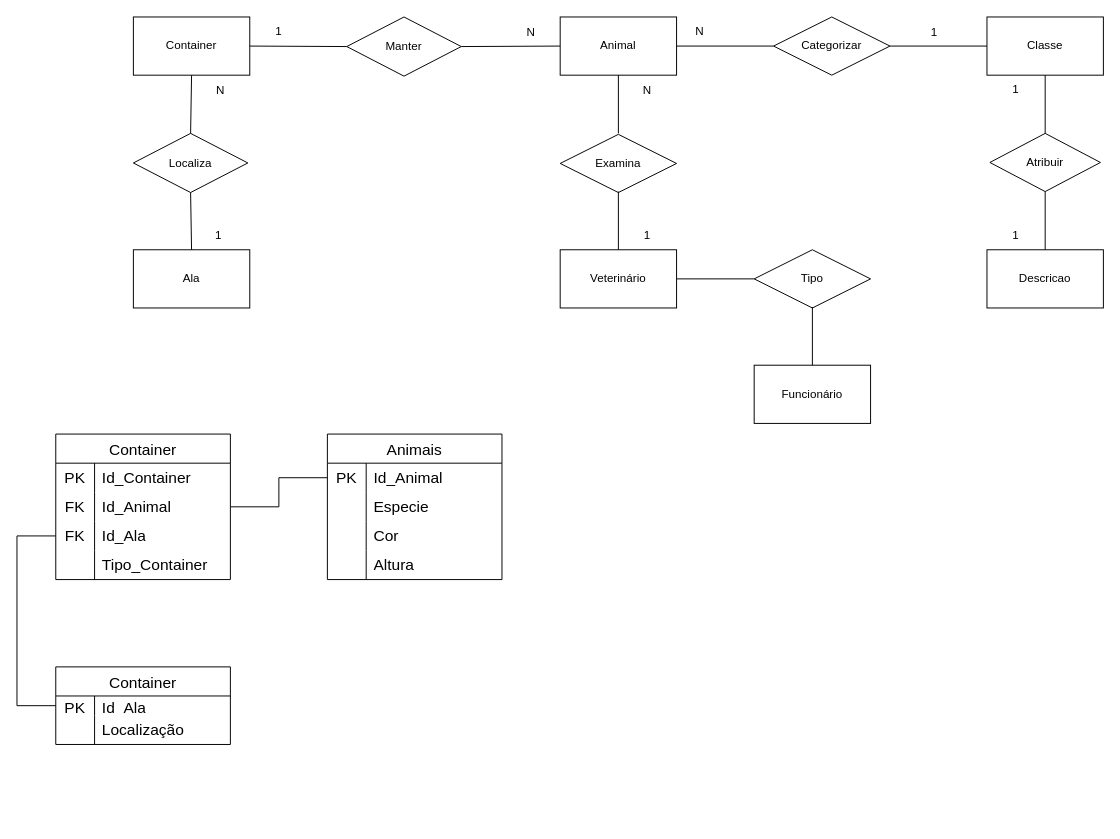
The draw.io diagram ETEC/DB/Atvs/Diagrama sem nome.drawio in Endrigogustavo/2Ano-ETEC, before the edit. Source tidied: cells renumbered, new cells numbered last; positions are measured from the earlier drawing's top-left corner, leaving out a move shared by most shapes. Both pictures are drawn from the tidied source at 97%, with x=0, y=0 at pixel (16, 16).
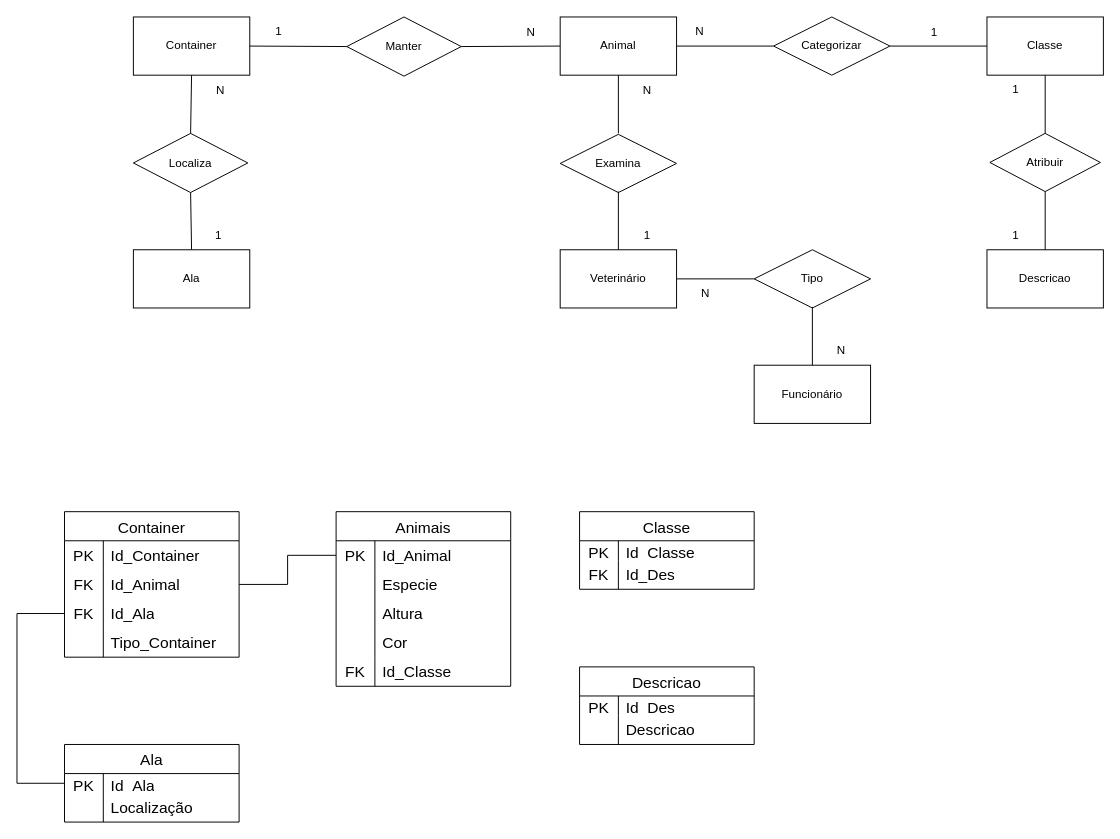
The same page after the edit.

Unchanged cells that the change refers to:
```xml
<mxCell id="38" style="shape=tableRow;horizontal=0;startSize=0;swimlaneHead=0;swimlaneBody=0;top=0;left=0;bottom=0;right=0;fillColor=none;points=[[0,0.5],[1,0.5]];portConstraint=eastwest;strokeColor=inherit;fontSize=16;" parent="37" vertex="1">
  <mxGeometry y="30" width="180" height="30" as="geometry" />
</mxCell>
<mxCell id="54" style="shape=tableRow;horizontal=0;startSize=0;swimlaneHead=0;swimlaneBody=0;top=0;left=0;bottom=0;right=0;fillColor=none;points=[[0,0.5],[1,0.5]];portConstraint=eastwest;strokeColor=inherit;fontSize=16;" parent="50" vertex="1">
  <mxGeometry y="60" width="180" height="30" as="geometry" />
</mxCell>
<mxCell id="57" style="shape=tableRow;horizontal=0;startSize=0;swimlaneHead=0;swimlaneBody=0;top=0;left=0;bottom=0;right=0;fillColor=none;points=[[0,0.5],[1,0.5]];portConstraint=eastwest;strokeColor=inherit;fontSize=16;" parent="50" vertex="1">
  <mxGeometry y="90" width="180" height="30" as="geometry" />
</mxCell>
<mxCell id="64" style="shape=tableRow;horizontal=0;startSize=0;swimlaneHead=0;swimlaneBody=0;top=0;left=0;bottom=0;right=0;fillColor=none;points=[[0,0.5],[1,0.5]];portConstraint=eastwest;strokeColor=inherit;fontSize=16;" parent="63" vertex="1">
  <mxGeometry y="30" width="180" height="20" as="geometry" />
</mxCell>
```

What changed in the source:
```diff
@@
     <mxCell id="37" value="Animais" style="shape=table;startSize=30;childLayout=tableLayout;rowLines=0;fontStyle=0;strokeColor=default;fontSize=16;" parent="1" vertex="1">
-      <mxGeometry x="320" y="430" width="180" height="150" as="geometry" />
+      <mxGeometry x="329" y="510" width="180" height="180" as="geometry" />
     </mxCell>
@@
+    <mxCell id="47" style="shape=tableRow;horizontal=0;startSize=0;swimlaneHead=0;swimlaneBody=0;top=0;left=0;bottom=0;right=0;fillColor=none;strokeColor=inherit;fontSize=16;" parent="37" vertex="1">
+      <mxGeometry y="90" width="180" height="30" as="geometry" />
+    </mxCell>
+    <mxCell id="48" style="shape=partialRectangle;html=1;whiteSpace=wrap;fillColor=none;top=0;left=0;bottom=0;right=0;overflow=hidden;strokeColor=inherit;fontSize=16;" parent="47" vertex="1">
+      <mxGeometry width="40" height="30" as="geometry" />
+    </mxCell>
+    <mxCell id="49" value="Altura" style="shape=partialRectangle;html=1;whiteSpace=wrap;fillColor=none;top=0;left=0;bottom=0;right=0;align=left;spacingLeft=6;overflow=hidden;strokeColor=inherit;fontSize=16;" parent="47" vertex="1">
+      <mxGeometry x="40" width="140" height="30" as="geometry" />
+    </mxCell>
     <mxCell id="44" style="shape=tableRow;horizontal=0;startSize=0;swimlaneHead=0;swimlaneBody=0;top=0;left=0;bottom=0;right=0;fillColor=none;strokeColor=inherit;fontSize=16;" parent="37" vertex="1">
-      <mxGeometry y="90" width="180" height="30" as="geometry" />
+      <mxGeometry y="120" width="180" height="30" as="geometry" />
     </mxCell>
@@
-    <mxCell id="47" style="shape=tableRow;horizontal=0;startSize=0;swimlaneHead=0;swimlaneBody=0;top=0;left=0;bottom=0;right=0;fillColor=none;strokeColor=inherit;fontSize=16;" parent="37" vertex="1">
-      <mxGeometry y="120" width="180" height="30" as="geometry" />
-    </mxCell>
-    <mxCell id="48" style="shape=partialRectangle;html=1;whiteSpace=wrap;fillColor=none;top=0;left=0;bottom=0;right=0;overflow=hidden;strokeColor=inherit;fontSize=16;" parent="47" vertex="1">
-      <mxGeometry width="40" height="30" as="geometry" />
-    </mxCell>
-    <mxCell id="49" value="Altura" style="shape=partialRectangle;html=1;whiteSpace=wrap;fillColor=none;top=0;left=0;bottom=0;right=0;align=left;spacingLeft=6;overflow=hidden;strokeColor=inherit;fontSize=16;" parent="47" vertex="1">
-      <mxGeometry x="40" width="140" height="30" as="geometry" />
-    </mxCell>
+    <mxCell id="72" style="shape=tableRow;horizontal=0;startSize=0;swimlaneHead=0;swimlaneBody=0;top=0;left=0;bottom=0;right=0;fillColor=none;strokeColor=inherit;fontSize=16;" parent="37" vertex="1">
+      <mxGeometry y="150" width="180" height="30" as="geometry" />
+    </mxCell>
+    <mxCell id="73" value="FK" style="shape=partialRectangle;html=1;whiteSpace=wrap;fillColor=none;top=0;left=0;bottom=0;right=0;overflow=hidden;strokeColor=inherit;fontSize=16;" parent="72" vertex="1">
+      <mxGeometry width="40" height="30" as="geometry" />
+    </mxCell>
+    <mxCell id="74" value="Id_Classe" style="shape=partialRectangle;html=1;whiteSpace=wrap;fillColor=none;top=0;left=0;bottom=0;right=0;align=left;spacingLeft=6;overflow=hidden;strokeColor=inherit;fontSize=16;" parent="72" vertex="1">
+      <mxGeometry x="40" width="140" height="30" as="geometry" />
+    </mxCell>
     <mxCell id="50" value="Container" style="shape=table;startSize=30;childLayout=tableLayout;rowLines=0;fontStyle=0;strokeColor=default;fontSize=16;" parent="1" vertex="1">
-      <mxGeometry x="40" y="430" width="180" height="150" as="geometry" />
+      <mxGeometry x="49" y="510" width="180" height="150" as="geometry" />
     </mxCell>
@@
-    <mxCell id="63" value="Container" style="shape=table;startSize=30;childLayout=tableLayout;rowLines=0;fontStyle=0;strokeColor=default;fontSize=16;" parent="1" vertex="1">
-      <mxGeometry x="40" y="670" width="180" height="80" as="geometry" />
+    <mxCell id="63" value="Ala" style="shape=table;startSize=30;childLayout=tableLayout;rowLines=0;fontStyle=0;strokeColor=default;fontSize=16;" parent="1" vertex="1">
+      <mxGeometry x="49" y="750" width="180" height="80" as="geometry" />
     </mxCell>
@@
     <mxCell id="70" style="endArrow=none;html=1;rounded=0;exitX=0;exitY=0.5;exitDx=0;exitDy=0;entryX=1;entryY=0.5;entryDx=0;entryDy=0;" parent="1" edge="1" source="38" target="54">
       <mxGeometry relative="1" as="geometry">
         <Array as="points">
-          <mxPoint x="270" y="475" />
-          <mxPoint x="270" y="505" />
+          <mxPoint x="279" y="555" />
+          <mxPoint x="279" y="585" />
         </Array>
       </mxGeometry>
     </mxCell>
     <mxCell id="71" style="endArrow=none;html=1;rounded=0;exitX=0;exitY=0.5;exitDx=0;exitDy=0;entryX=0;entryY=0.5;entryDx=0;entryDy=0;" parent="1" edge="1" source="57" target="64">
       <mxGeometry relative="1" as="geometry">
         <Array as="points">
-          <mxPoint y="535" />
-          <mxPoint y="710" />
+          <mxPoint y="615" />
+          <mxPoint y="790" />
         </Array>
       </mxGeometry>
     </mxCell>
+    <mxCell id="75" value="N" style="text;html=1;strokeColor=none;fillColor=none;align=center;verticalAlign=middle;whiteSpace=wrap;rounded=0;" parent="1" vertex="1">
+      <mxGeometry x="680" y="270" width="60" height="30" as="geometry" />
+    </mxCell>
+    <mxCell id="76" value="N" style="text;html=1;strokeColor=none;fillColor=none;align=center;verticalAlign=middle;whiteSpace=wrap;rounded=0;" parent="1" vertex="1">
+      <mxGeometry x="820" y="329" width="60" height="30" as="geometry" />
+    </mxCell>
+    <mxCell id="77" value="Classe" style="shape=table;startSize=30;childLayout=tableLayout;rowLines=0;fontStyle=0;strokeColor=default;fontSize=16;" parent="1" vertex="1">
+      <mxGeometry x="580" y="510" width="180" height="80" as="geometry" />
+    </mxCell>
+    <mxCell id="78" style="shape=tableRow;horizontal=0;startSize=0;swimlaneHead=0;swimlaneBody=0;top=0;left=0;bottom=0;right=0;fillColor=none;strokeColor=inherit;fontSize=16;" parent="77" vertex="1">
+      <mxGeometry y="30" width="180" height="20" as="geometry" />
+    </mxCell>
+    <mxCell id="79" value="PK" style="shape=partialRectangle;html=1;whiteSpace=wrap;fillColor=none;top=0;left=0;bottom=0;right=0;overflow=hidden;strokeColor=inherit;fontSize=16;" parent="78" vertex="1">
+      <mxGeometry width="40" height="20" as="geometry" />
+    </mxCell>
+    <mxCell id="80" value="Id_Classe" style="shape=partialRectangle;html=1;whiteSpace=wrap;fillColor=none;top=0;left=0;bottom=0;right=0;align=left;spacingLeft=6;overflow=hidden;strokeColor=inherit;fontSize=16;" parent="78" vertex="1">
+      <mxGeometry x="40" width="140" height="20" as="geometry" />
+    </mxCell>
+    <mxCell id="81" style="shape=tableRow;horizontal=0;startSize=0;swimlaneHead=0;swimlaneBody=0;top=0;left=0;bottom=0;right=0;fillColor=none;strokeColor=inherit;fontSize=16;" parent="77" vertex="1">
+      <mxGeometry y="50" width="180" height="30" as="geometry" />
+    </mxCell>
+    <mxCell id="82" value="FK" style="shape=partialRectangle;html=1;whiteSpace=wrap;fillColor=none;top=0;left=0;bottom=0;right=0;overflow=hidden;strokeColor=inherit;fontSize=16;" parent="81" vertex="1">
+      <mxGeometry width="40" height="30" as="geometry" />
+    </mxCell>
+    <mxCell id="83" value="Id_Des" style="shape=partialRectangle;html=1;whiteSpace=wrap;fillColor=none;top=0;left=0;bottom=0;right=0;align=left;spacingLeft=6;overflow=hidden;strokeColor=inherit;fontSize=16;" parent="81" vertex="1">
+      <mxGeometry x="40" width="140" height="30" as="geometry" />
+    </mxCell>
+    <mxCell id="84" value="Descricao" style="shape=table;startSize=30;childLayout=tableLayout;rowLines=0;fontStyle=0;strokeColor=default;fontSize=16;" parent="1" vertex="1">
+      <mxGeometry x="580" y="670" width="180" height="80" as="geometry" />
+    </mxCell>
+    <mxCell id="85" style="shape=tableRow;horizontal=0;startSize=0;swimlaneHead=0;swimlaneBody=0;top=0;left=0;bottom=0;right=0;fillColor=none;strokeColor=inherit;fontSize=16;" parent="84" vertex="1">
+      <mxGeometry y="30" width="180" height="20" as="geometry" />
+    </mxCell>
+    <mxCell id="86" value="PK" style="shape=partialRectangle;html=1;whiteSpace=wrap;fillColor=none;top=0;left=0;bottom=0;right=0;overflow=hidden;strokeColor=inherit;fontSize=16;" parent="85" vertex="1">
+      <mxGeometry width="40" height="20" as="geometry" />
+    </mxCell>
+    <mxCell id="87" value="Id_Des" style="shape=partialRectangle;html=1;whiteSpace=wrap;fillColor=none;top=0;left=0;bottom=0;right=0;align=left;spacingLeft=6;overflow=hidden;strokeColor=inherit;fontSize=16;" parent="85" vertex="1">
+      <mxGeometry x="40" width="140" height="20" as="geometry" />
+    </mxCell>
+    <mxCell id="88" style="shape=tableRow;horizontal=0;startSize=0;swimlaneHead=0;swimlaneBody=0;top=0;left=0;bottom=0;right=0;fillColor=none;strokeColor=inherit;fontSize=16;" parent="84" vertex="1">
+      <mxGeometry y="50" width="180" height="30" as="geometry" />
+    </mxCell>
+    <mxCell id="89" style="shape=partialRectangle;html=1;whiteSpace=wrap;fillColor=none;top=0;left=0;bottom=0;right=0;overflow=hidden;strokeColor=inherit;fontSize=16;" parent="88" vertex="1">
+      <mxGeometry width="40" height="30" as="geometry" />
+    </mxCell>
+    <mxCell id="90" value="Descricao" style="shape=partialRectangle;html=1;whiteSpace=wrap;fillColor=none;top=0;left=0;bottom=0;right=0;align=left;spacingLeft=6;overflow=hidden;strokeColor=inherit;fontSize=16;" parent="88" vertex="1">
+      <mxGeometry x="40" width="140" height="30" as="geometry" />
+    </mxCell>
```
